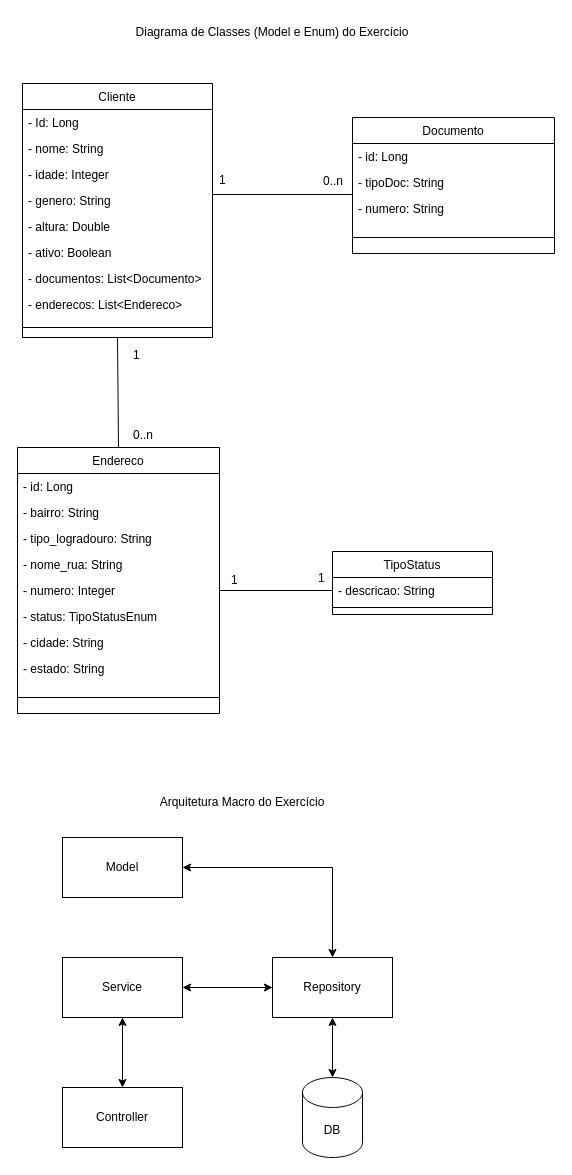
This is projeto-entrega/projeto/src/main/resources/Diagramas.drawio from lauragirdwood/projeto-cliente, a draw.io file, before an edit. Source tidied: cells renumbered, new cells numbered last; positions are measured from the earlier drawing's top-left corner, leaving out a move shared by most shapes. Both pictures are drawn from the tidied source at 100%, with x=0, y=0 at pixel (17, 17).
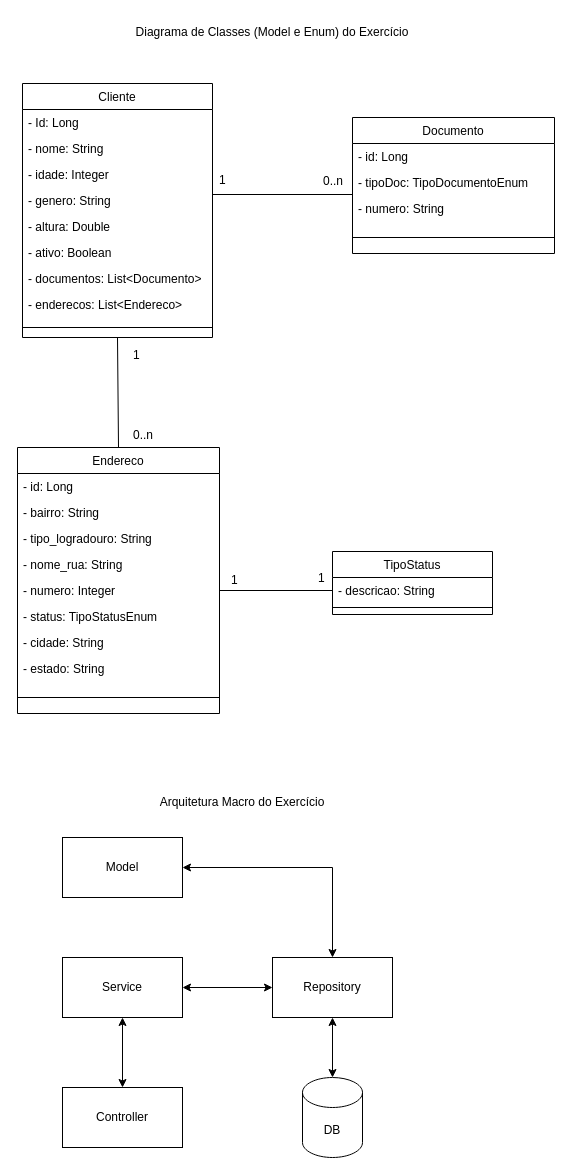
The same diagram, later.

Commit message:
atualizando diagrama

Unchanged cells that the change refers to:
```xml
<mxCell id="12" value="Documento" style="swimlane;fontStyle=0;align=center;verticalAlign=top;horizontal=1;startSize=26;rounded=0;shadow=0;strokeWidth=1;" parent="1" vertex="1">
  <mxGeometry x="335" y="100" width="202" height="136" as="geometry" />
</mxCell>
```

The edit, as a diff of the source:
```diff
@@
-    <mxCell id="14" value="- tipoDoc: String" style="text;align=left;verticalAlign=top;spacingLeft=4;spacingRight=4;overflow=hidden;rounded=0;shadow=0;html=0;" parent="12" vertex="1">
+    <mxCell id="14" value="- tipoDoc: TipoDocumentoEnum" style="text;align=left;verticalAlign=top;spacingLeft=4;spacingRight=4;overflow=hidden;rounded=0;shadow=0;html=0;" parent="12" vertex="1">
       <mxGeometry y="52" width="202" height="26" as="geometry" />
     </mxCell>
```
